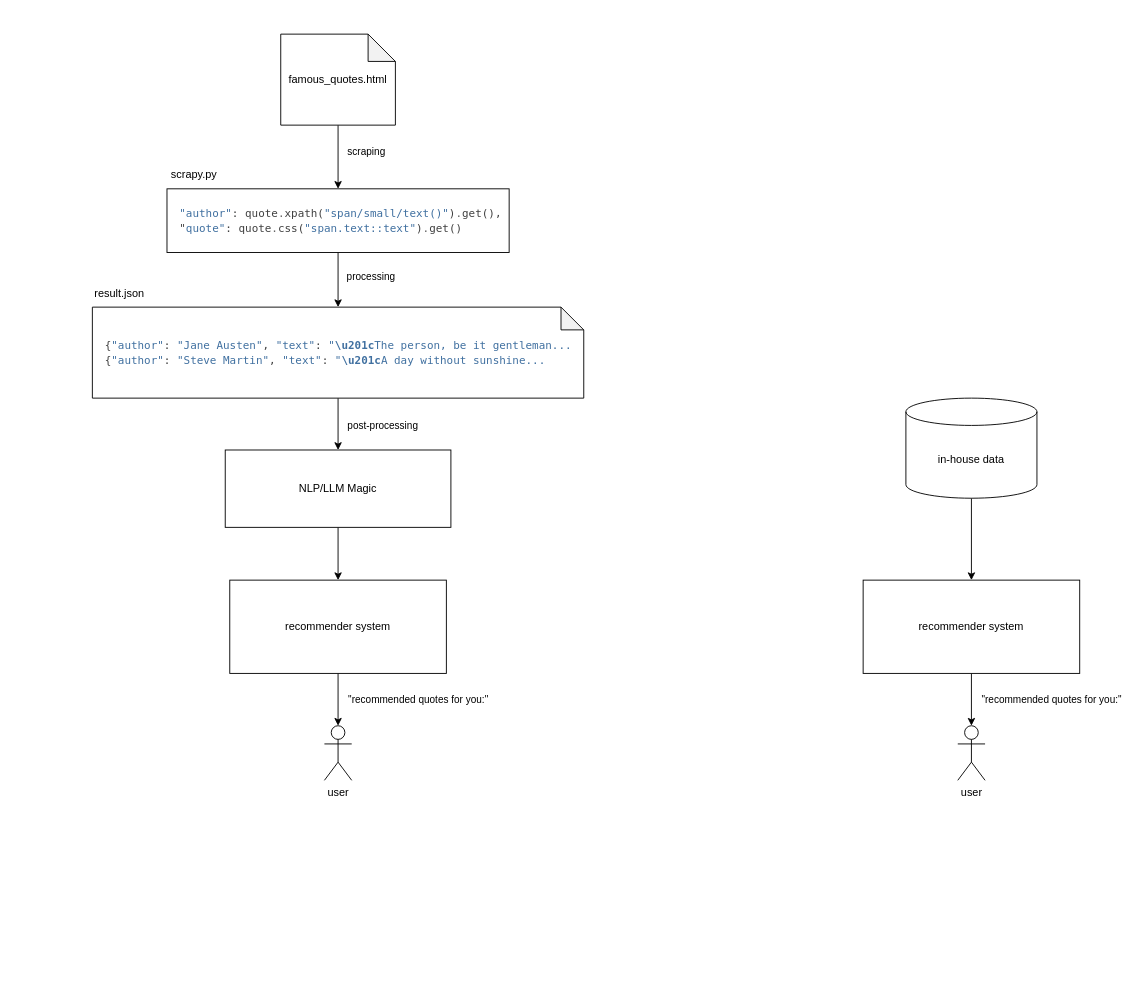
Before: scrapomender.drawio in tim-schaeren/scrapomender, a draw.io diagram. Source tidied: cells renumbered, new cells numbered last; positions are measured from the earlier drawing's top-left corner, leaving out a move shared by most shapes. Both pictures are drawn from the tidied source at 91%, with x=0, y=0 at pixel (92, 34).
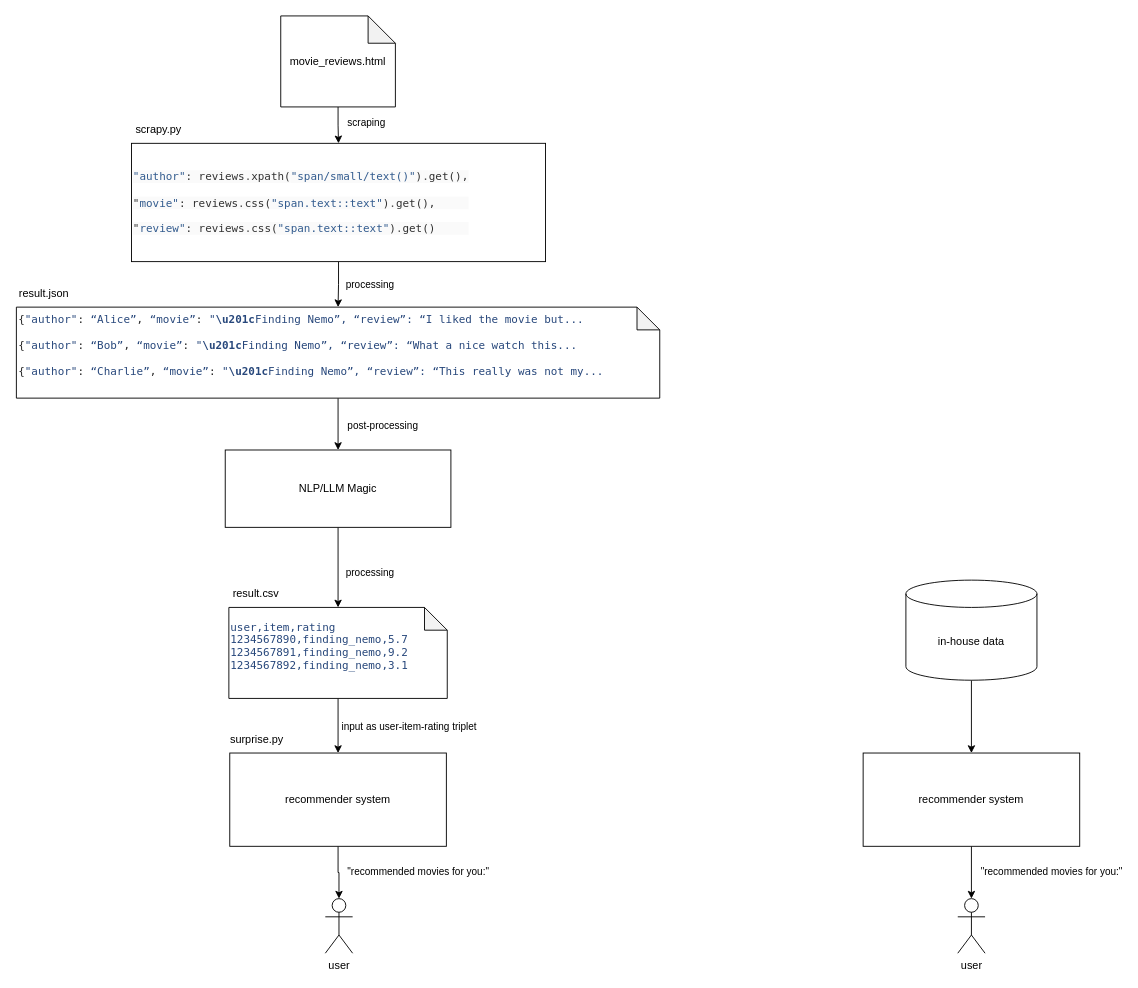
Above is the later version.

Unchanged cells that the change refers to:
```xml
<mxCell id="14" value="NLP/LLM Magic" style="whiteSpace=wrap;html=1;align=center;" parent="1" vertex="1">
  <mxGeometry x="146" y="457" width="248" height="85" as="geometry" />
</mxCell>
<mxCell id="15" style="edgeStyle=orthogonalEdgeStyle;rounded=0;jettySize=auto;html=1;" parent="1" edge="1" source="17" target="18">
  <mxGeometry relative="1" as="geometry" />
</mxCell>
<mxCell id="20" style="edgeStyle=orthogonalEdgeStyle;rounded=0;jettySize=auto;html=1;" parent="1" edge="1" source="22" target="23">
  <mxGeometry relative="1" as="geometry" />
</mxCell>
```

What changed in the source:
```diff
@@
-    <mxCell id="4" value="&lt;div&gt;famous_quotes.html&lt;/div&gt;" style="shape=note;whiteSpace=wrap;html=1;backgroundOutline=1;darkOpacity=0.05;" parent="1" vertex="1">
-      <mxGeometry x="207" width="126" height="100" as="geometry" />
+    <mxCell id="4" value="&lt;div&gt;movie_reviews.html&lt;/div&gt;" style="shape=note;whiteSpace=wrap;html=1;backgroundOutline=1;darkOpacity=0.05;" parent="1" vertex="1">
+      <mxGeometry x="207" y="-20" width="126" height="100" as="geometry" />
     </mxCell>
@@
-    <mxCell id="6" value="&lt;pre style=&quot;font-style: normal; font-variant-caps: normal; font-weight: 400; letter-spacing: normal; text-indent: 0px; text-transform: none; word-spacing: 0px; -webkit-text-stroke-width: 0px; text-decoration: none; box-sizing: border-box; line-height: 1.4; font-family: SFMono-Regular, Menlo, Monaco, Consolas, &amp;quot;Liberation Mono&amp;quot;, &amp;quot;Courier New&amp;quot;, Courier, monospace; font-size: 12px; white-space: pre; margin: 0px; padding: 12px; display: block; overflow: auto; caret-color: rgb(64, 64, 64); color: rgb(64, 64, 64);&quot;&gt;&lt;span class=&quot;s2&quot; style=&quot;box-sizing: border-box; color: rgb(64, 112, 160);&quot;&gt;&quot;author&quot;&lt;/span&gt;&lt;span class=&quot;p&quot; style=&quot;box-sizing: border-box;&quot;&gt;:&lt;/span&gt; &lt;span class=&quot;n&quot; style=&quot;box-sizing: border-box;&quot;&gt;quote&lt;/span&gt;&lt;span class=&quot;o&quot; style=&quot;box-sizing: border-box; color: rgb(102, 102, 102);&quot;&gt;.&lt;/span&gt;&lt;span class=&quot;n&quot; style=&quot;box-sizing: border-box;&quot;&gt;xpath&lt;/span&gt;&lt;span class=&quot;p&quot; style=&quot;box-sizing: border-box;&quot;&gt;(&lt;/span&gt;&lt;span class=&quot;s2&quot; style=&quot;box-sizing: border-box; color: rgb(64, 112, 160);&quot;&gt;&quot;span/small/text()&quot;&lt;/span&gt;&lt;span class=&quot;p&quot; style=&quot;box-sizing: border-box;&quot;&gt;)&lt;/span&gt;&lt;span class=&quot;o&quot; style=&quot;box-sizing: border-box; color: rgb(102, 102, 102);&quot;&gt;.&lt;/span&gt;&lt;span class=&quot;n&quot; style=&quot;box-sizing: border-box;&quot;&gt;get&lt;/span&gt;&lt;span class=&quot;p&quot; style=&quot;box-sizing: border-box;&quot;&gt;(),&lt;/span&gt;&lt;br&gt;&quot;&lt;span class=&quot;s2&quot; style=&quot;box-sizing: border-box; color: rgb(64, 112, 160);&quot;&gt;quote&quot;&lt;/span&gt;&lt;span class=&quot;p&quot; style=&quot;box-sizing: border-box;&quot;&gt;:&lt;/span&gt; &lt;span class=&quot;n&quot; style=&quot;box-sizing: border-box;&quot;&gt;quote&lt;/span&gt;&lt;span class=&quot;o&quot; style=&quot;box-sizing: border-box; color: rgb(102, 102, 102);&quot;&gt;.&lt;/span&gt;&lt;span class=&quot;n&quot; style=&quot;box-sizing: border-box;&quot;&gt;css&lt;/span&gt;&lt;span class=&quot;p&quot; style=&quot;box-sizing: border-box;&quot;&gt;(&lt;/span&gt;&lt;span class=&quot;s2&quot; style=&quot;box-sizing: border-box; color: rgb(64, 112, 160);&quot;&gt;&quot;span.text::text&quot;&lt;/span&gt;&lt;span class=&quot;p&quot; style=&quot;box-sizing: border-box;&quot;&gt;)&lt;/span&gt;&lt;span class=&quot;o&quot; style=&quot;box-sizing: border-box; color: rgb(102, 102, 102);&quot;&gt;.&lt;/span&gt;&lt;span class=&quot;n&quot; style=&quot;box-sizing: border-box;&quot;&gt;get&lt;/span&gt;&lt;span class=&quot;p&quot; style=&quot;box-sizing: border-box;&quot;&gt;()&lt;/span&gt;&lt;/pre&gt;" style="rounded=0;whiteSpace=wrap;html=1;align=left;labelBackgroundColor=none;" parent="1" vertex="1">
-      <mxGeometry x="82" y="170" width="376" height="70" as="geometry" />
+    <mxCell id="6" value="&lt;p style=&quot;margin: 0.0px 0.0px 0.0px 0.0px; font: 12.0px Menlo; color: #325b8e&quot;&gt;&lt;span style=&quot;font-kerning: none; background-color: #fafafa&quot;&gt;&quot;author&quot;&lt;/span&gt;&lt;span style=&quot;font-kerning: none; color: #313131; background-color: #fafafa&quot;&gt;: reviews&lt;/span&gt;&lt;span style=&quot;font-kerning: none; color: #535353; background-color: #fafafa&quot;&gt;.&lt;/span&gt;&lt;span style=&quot;font-kerning: none; color: #313131; background-color: #fafafa&quot;&gt;xpath(&lt;/span&gt;&lt;span style=&quot;font-kerning: none; background-color: #fafafa&quot;&gt;&quot;span/small/text()&quot;&lt;/span&gt;&lt;span style=&quot;font-kerning: none; color: #313131; background-color: #fafafa&quot;&gt;)&lt;/span&gt;&lt;span style=&quot;font-kerning: none; color: #535353; background-color: #fafafa&quot;&gt;.&lt;/span&gt;&lt;span style=&quot;font-kerning: none; color: #313131; background-color: #fafafa&quot;&gt;get(),&lt;/span&gt;&lt;/p&gt;&#10;&lt;p style=&quot;margin: 0.0px 0.0px 0.0px 0.0px; font: 12.0px Menlo; color: #325b8e; background-color: #fafafa&quot;&gt;&lt;span style=&quot;font-kerning: none; color: #313131&quot;&gt;&quot;&lt;/span&gt;&lt;span style=&quot;font-kerning: none&quot;&gt;movie&quot;&lt;/span&gt;&lt;span style=&quot;font-kerning: none; color: #313131&quot;&gt;: reviews&lt;/span&gt;&lt;span style=&quot;font-kerning: none; color: #535353&quot;&gt;.&lt;/span&gt;&lt;span style=&quot;font-kerning: none; color: #313131&quot;&gt;css(&lt;/span&gt;&lt;span style=&quot;font-kerning: none&quot;&gt;&quot;span.text::text&quot;&lt;/span&gt;&lt;span style=&quot;font-kerning: none; color: #313131&quot;&gt;)&lt;/span&gt;&lt;span style=&quot;font-kerning: none; color: #535353&quot;&gt;.&lt;/span&gt;&lt;span style=&quot;font-kerning: none; color: #313131&quot;&gt;get(),&lt;/span&gt;&lt;/p&gt;&#10;&lt;p style=&quot;margin: 0.0px 0.0px 0.0px 0.0px; font: 12.0px Menlo; color: #325b8e; background-color: #fafafa&quot;&gt;&lt;span style=&quot;font-kerning: none; color: #313131&quot;&gt;&quot;&lt;/span&gt;&lt;span style=&quot;font-kerning: none&quot;&gt;review&quot;&lt;/span&gt;&lt;span style=&quot;font-kerning: none; color: #313131&quot;&gt;: reviews&lt;/span&gt;&lt;span style=&quot;font-kerning: none; color: #535353&quot;&gt;.&lt;/span&gt;&lt;span style=&quot;font-kerning: none; color: #313131&quot;&gt;css(&lt;/span&gt;&lt;span style=&quot;font-kerning: none&quot;&gt;&quot;span.text::text&quot;&lt;/span&gt;&lt;span style=&quot;font-kerning: none; color: #313131&quot;&gt;)&lt;/span&gt;&lt;span style=&quot;font-kerning: none; color: #535353&quot;&gt;.&lt;/span&gt;&lt;span style=&quot;font-kerning: none; color: #313131&quot;&gt;get()&lt;/span&gt;&lt;/p&gt;" style="rounded=0;html=1;align=left;labelBackgroundColor=none;verticalAlign=middle;horizontal=1;spacing=2;" parent="1" vertex="1">
+      <mxGeometry x="43" y="120" width="455" height="130" as="geometry" />
     </mxCell>
     <mxCell id="7" value="scrapy.py" style="text;html=1;align=center;verticalAlign=middle;whiteSpace=wrap;rounded=0;" parent="1" vertex="1">
-      <mxGeometry x="82" y="140" width="60" height="30" as="geometry" />
+      <mxGeometry x="43" y="90" width="60" height="30" as="geometry" />
     </mxCell>
@@
-    <mxCell id="10" value="&lt;pre style=&quot;box-sizing: border-box; line-height: 1.4; font-family: SFMono-Regular, Menlo, Monaco, Consolas, &amp;quot;Liberation Mono&amp;quot;, &amp;quot;Courier New&amp;quot;, Courier, monospace; margin-top: 0px; margin-bottom: 0px; padding: 12px; overflow: auto; caret-color: rgb(64, 64, 64); color: rgb(64, 64, 64);&quot;&gt;&lt;span style=&quot;background-color: rgb(255, 255, 255);&quot;&gt;&lt;span style=&quot;box-sizing: border-box;&quot; class=&quot;p&quot;&gt;{&lt;/span&gt;&lt;span style=&quot;box-sizing: border-box; color: rgb(64, 112, 160);&quot; class=&quot;s2&quot;&gt;&quot;author&quot;&lt;/span&gt;&lt;span style=&quot;box-sizing: border-box;&quot; class=&quot;p&quot;&gt;:&lt;/span&gt; &lt;span style=&quot;box-sizing: border-box; color: rgb(64, 112, 160);&quot; class=&quot;s2&quot;&gt;&quot;Jane Austen&quot;&lt;/span&gt;&lt;span style=&quot;box-sizing: border-box;&quot; class=&quot;p&quot;&gt;,&lt;/span&gt; &lt;span style=&quot;box-sizing: border-box; color: rgb(64, 112, 160);&quot; class=&quot;s2&quot;&gt;&quot;text&quot;&lt;/span&gt;&lt;span style=&quot;box-sizing: border-box;&quot; class=&quot;p&quot;&gt;:&lt;/span&gt; &lt;span style=&quot;box-sizing: border-box; color: rgb(64, 112, 160);&quot; class=&quot;s2&quot;&gt;&quot;&lt;/span&gt;&lt;span style=&quot;box-sizing: border-box; color: rgb(64, 112, 160); font-weight: bold;&quot; class=&quot;se&quot;&gt;\u201c&lt;/span&gt;&lt;span style=&quot;box-sizing: border-box; color: rgb(64, 112, 160);&quot; class=&quot;s2&quot;&gt;The person, be it gentleman... &lt;/span&gt;&lt;br&gt;&lt;span style=&quot;box-sizing: border-box;&quot; class=&quot;p&quot;&gt;{&lt;/span&gt;&lt;span style=&quot;box-sizing: border-box; color: rgb(64, 112, 160);&quot; class=&quot;s2&quot;&gt;&quot;author&quot;&lt;/span&gt;&lt;span style=&quot;box-sizing: border-box;&quot; class=&quot;p&quot;&gt;:&lt;/span&gt; &lt;span style=&quot;box-sizing: border-box; color: rgb(64, 112, 160);&quot; class=&quot;s2&quot;&gt;&quot;Steve Martin&quot;&lt;/span&gt;&lt;span style=&quot;box-sizing: border-box;&quot; class=&quot;p&quot;&gt;,&lt;/span&gt; &lt;span style=&quot;box-sizing: border-box; color: rgb(64, 112, 160);&quot; class=&quot;s2&quot;&gt;&quot;text&quot;&lt;/span&gt;&lt;span style=&quot;box-sizing: border-box;&quot; class=&quot;p&quot;&gt;:&lt;/span&gt; &lt;span style=&quot;box-sizing: border-box; color: rgb(64, 112, 160);&quot; class=&quot;s2&quot;&gt;&quot;&lt;/span&gt;&lt;span style=&quot;box-sizing: border-box; color: rgb(64, 112, 160); font-weight: bold;&quot; class=&quot;se&quot;&gt;\u201c&lt;/span&gt;&lt;span style=&quot;box-sizing: border-box; color: rgb(64, 112, 160);&quot; class=&quot;s2&quot;&gt;A day without sunshine...&lt;/span&gt;&lt;/span&gt;&lt;/pre&gt;" style="shape=note;whiteSpace=wrap;html=1;backgroundOutline=1;darkOpacity=0.05;size=25;align=left;" parent="1" vertex="1">
-      <mxGeometry y="300" width="540" height="100" as="geometry" />
+    <mxCell id="10" value="&lt;p style=&quot;margin: 0.0px 0.0px 0.0px 0.0px; font: 12.0px Menlo; color: #27477b; background-color: #ffffff&quot;&gt;&lt;span style=&quot;font-kerning: none; color: #252525&quot;&gt;{&lt;/span&gt;&lt;span style=&quot;font-kerning: none&quot;&gt;&quot;author&quot;&lt;/span&gt;&lt;span style=&quot;font-kerning: none; color: #252525&quot;&gt;: &lt;/span&gt;&lt;span style=&quot;font-kerning: none&quot;&gt;“Alice”&lt;/span&gt;&lt;span style=&quot;font-kerning: none; color: #252525&quot;&gt;, &lt;/span&gt;&lt;span style=&quot;font-kerning: none&quot;&gt;“movie”&lt;/span&gt;&lt;span style=&quot;font-kerning: none; color: #252525&quot;&gt;: &lt;/span&gt;&lt;span style=&quot;font-kerning: none&quot;&gt;&quot;&lt;b&gt;\u201c&lt;/b&gt;Finding Nemo”, “review”: “I liked the movie but...&lt;/span&gt;&lt;/p&gt;&lt;br&gt;&lt;p style=&quot;margin: 0.0px 0.0px 0.0px 0.0px; font: 12.0px Menlo; color: #27477b&quot;&gt;&lt;span style=&quot;font-kerning: none; color: #252525; background-color: #ffffff&quot;&gt;{&lt;/span&gt;&lt;span style=&quot;font-kerning: none; background-color: #ffffff&quot;&gt;&quot;author&quot;&lt;/span&gt;&lt;span style=&quot;font-kerning: none; color: #252525; background-color: #ffffff&quot;&gt;: &lt;/span&gt;&lt;span style=&quot;font-kerning: none; background-color: #ffffff&quot;&gt;“Bob”&lt;/span&gt;&lt;span style=&quot;font-kerning: none; color: #252525; background-color: #ffffff&quot;&gt;, &lt;/span&gt;&lt;span style=&quot;font-kerning: none; background-color: #ffffff&quot;&gt;“movie”&lt;/span&gt;&lt;span style=&quot;font-kerning: none; color: #252525; background-color: #ffffff&quot;&gt;: &lt;/span&gt;&lt;span style=&quot;font-kerning: none; background-color: #ffffff&quot;&gt;&quot;&lt;b&gt;\u201c&lt;/b&gt;Finding Nemo”, “review”: “What a nice watch this...&lt;/span&gt;&lt;/p&gt;&lt;br&gt;&lt;p style=&quot;margin: 0.0px 0.0px 0.0px 0.0px; font: 12.0px Menlo; color: #27477b; background-color: #ffffff&quot;&gt;&lt;span style=&quot;font-kerning: none; color: #252525&quot;&gt;{&lt;/span&gt;&lt;span style=&quot;font-kerning: none&quot;&gt;&quot;author&quot;&lt;/span&gt;&lt;span style=&quot;font-kerning: none; color: #252525&quot;&gt;: &lt;/span&gt;&lt;span style=&quot;font-kerning: none&quot;&gt;“Charlie”&lt;/span&gt;&lt;span style=&quot;font-kerning: none; color: #252525&quot;&gt;, &lt;/span&gt;&lt;span style=&quot;font-kerning: none&quot;&gt;“movie”&lt;/span&gt;&lt;span style=&quot;font-kerning: none; color: #252525&quot;&gt;: &lt;/span&gt;&lt;span style=&quot;font-kerning: none&quot;&gt;&quot;&lt;b&gt;\u201c&lt;/b&gt;Finding Nemo”, “review”: “This really was not my...&lt;/span&gt;&lt;/p&gt;&lt;div&gt;&lt;br/&gt;&lt;/div&gt;" style="shape=note;whiteSpace=wrap;html=1;backgroundOutline=1;darkOpacity=0.05;size=25;align=left;verticalAlign=top;" parent="1" vertex="1">
+      <mxGeometry x="-83.5" y="300" width="707" height="100" as="geometry" />
     </mxCell>
     <mxCell id="11" value="processing" style="edgeLabel;html=1;align=center;verticalAlign=middle;" parent="1" vertex="1">
-      <mxGeometry x="300" y="270" as="geometry">
-        <mxPoint x="5" y="-4" as="offset" />
+      <mxGeometry x="300" y="280" as="geometry">
+        <mxPoint x="4" y="-5" as="offset" />
       </mxGeometry>
     </mxCell>
     <mxCell id="12" value="result.json" style="text;html=1;align=center;verticalAlign=middle;whiteSpace=wrap;rounded=0;" parent="1" vertex="1">
-      <mxGeometry y="270" width="60" height="30" as="geometry" />
+      <mxGeometry x="-83.5" y="270" width="60" height="30" as="geometry" />
     </mxCell>
-    <mxCell id="13" style="edgeStyle=orthogonalEdgeStyle;rounded=0;jettySize=auto;html=1;" parent="1" edge="1" source="14" target="17">
-      <mxGeometry relative="1" as="geometry" />
-    </mxCell>
+    <mxCell id="25" style="edgeStyle=orthogonalEdgeStyle;rounded=0;jettySize=auto;html=1;" parent="1" edge="1" source="14" target="28">
+      <mxGeometry relative="1" as="geometry" />
+    </mxCell>
@@
-    <mxCell id="16" value="&quot;recommended quotes for you:&quot;" style="edgeLabel;html=1;align=center;verticalAlign=middle;" parent="15" vertex="1">
+    <mxCell id="16" value="&quot;recommended movies for you:&quot;" style="edgeLabel;html=1;align=center;verticalAlign=middle;" parent="15" vertex="1">
       <mxGeometry x="-0.18" y="-1" relative="1" as="geometry">
         <mxPoint x="88" y="4" as="offset" />
       </mxGeometry>
     </mxCell>
     <mxCell id="17" value="recommender system" style="whiteSpace=wrap;html=1;" parent="1" vertex="1">
-      <mxGeometry x="151" y="600" width="238" height="102.5" as="geometry" />
+      <mxGeometry x="151" y="790" width="238" height="102.5" as="geometry" />
     </mxCell>
     <mxCell id="18" value="user" style="shape=umlActor;verticalLabelPosition=bottom;verticalAlign=top;html=1;outlineConnect=0;" parent="1" vertex="1">
-      <mxGeometry x="255" y="760" width="30" height="60" as="geometry" />
+      <mxGeometry x="256" y="950" width="30" height="60" as="geometry" />
     </mxCell>
-    <mxCell id="19" style="edgeStyle=orthogonalEdgeStyle;rounded=0;jettySize=auto;html=1;exitX=0.5;exitY=1;exitDx=0;exitDy=0;exitPerimeter=0;entryX=0.5;entryY=0;entryDx=0;entryDy=0;" parent="1" edge="1" source="24" target="22">
-      <mxGeometry relative="1" as="geometry" />
-    </mxCell>
@@
-    <mxCell id="21" value="&quot;recommended quotes for you:&quot;" style="edgeLabel;html=1;align=center;verticalAlign=middle;" parent="20" vertex="1">
+    <mxCell id="21" value="&quot;recommended movies for you:&quot;" style="edgeLabel;html=1;align=center;verticalAlign=middle;" parent="20" vertex="1">
       <mxGeometry x="-0.18" y="-1" relative="1" as="geometry">
         <mxPoint x="88" y="4" as="offset" />
       </mxGeometry>
     </mxCell>
     <mxCell id="22" value="recommender system" style="whiteSpace=wrap;html=1;" parent="1" vertex="1">
-      <mxGeometry x="847" y="600" width="238" height="102.5" as="geometry" />
+      <mxGeometry x="847" y="790" width="238" height="102.5" as="geometry" />
     </mxCell>
     <mxCell id="23" value="user" style="shape=umlActor;verticalLabelPosition=bottom;verticalAlign=top;html=1;outlineConnect=0;" parent="1" vertex="1">
-      <mxGeometry x="951" y="760" width="30" height="60" as="geometry" />
+      <mxGeometry x="951" y="950" width="30" height="60" as="geometry" />
     </mxCell>
+    <mxCell id="19" style="edgeStyle=orthogonalEdgeStyle;rounded=0;jettySize=auto;html=1;" parent="1" edge="1" source="24" target="22">
+      <mxGeometry relative="1" as="geometry" />
+    </mxCell>
     <mxCell id="24" value="in-house data" style="shape=cylinder3;whiteSpace=wrap;html=1;boundedLbl=1;backgroundOutline=1;size=15;" parent="1" vertex="1">
-      <mxGeometry x="894" y="400" width="144" height="110" as="geometry" />
+      <mxGeometry x="894" y="600" width="144" height="110" as="geometry" />
     </mxCell>
+    <mxCell id="26" style="edgeStyle=orthogonalEdgeStyle;rounded=0;jettySize=auto;html=1;" parent="1" edge="1" source="28" target="17">
+      <mxGeometry relative="1" as="geometry" />
+    </mxCell>
+    <mxCell id="27" value="input as user-item-rating triplet" style="edgeLabel;html=1;align=center;verticalAlign=middle;" parent="26" vertex="1">
+      <mxGeometry x="-0.06" y="-2" relative="1" as="geometry">
+        <mxPoint x="79" y="2" as="offset" />
+      </mxGeometry>
+    </mxCell>
+    <mxCell id="28" value="&lt;p style=&quot;margin: 0px; font-stretch: normal; line-height: normal; font-family: Menlo; color: rgb(39, 71, 123); background-color: rgb(255, 255, 255);&quot;&gt;user,item,rating&lt;/p&gt;&lt;p style=&quot;margin: 0px; font-stretch: normal; line-height: normal; font-family: Menlo; color: rgb(39, 71, 123); background-color: rgb(255, 255, 255);&quot;&gt;1234567890,finding_nemo,5.7&lt;/p&gt;&lt;p style=&quot;margin: 0px; font-stretch: normal; line-height: normal; font-family: Menlo; color: rgb(39, 71, 123); background-color: rgb(255, 255, 255);&quot;&gt;1234567891,finding_nemo,9.2&lt;/p&gt;&lt;p style=&quot;margin: 0px; font-stretch: normal; line-height: normal; font-family: Menlo; color: rgb(39, 71, 123); background-color: rgb(255, 255, 255);&quot;&gt;1234567892,finding_nemo,3.1&lt;/p&gt;&lt;div&gt;&lt;br&gt;&lt;/div&gt;" style="shape=note;whiteSpace=wrap;html=1;backgroundOutline=1;darkOpacity=0.05;size=25;align=left;verticalAlign=middle;" parent="1" vertex="1">
+      <mxGeometry x="150" y="630" width="240" height="100" as="geometry" />
+    </mxCell>
+    <mxCell id="29" value="processing" style="edgeLabel;html=1;align=center;verticalAlign=middle;" parent="1" vertex="1">
+      <mxGeometry x="300" y="596.2" as="geometry">
+        <mxPoint x="4" y="-5" as="offset" />
+      </mxGeometry>
+    </mxCell>
+    <mxCell id="30" value="result.csv" style="text;html=1;align=center;verticalAlign=middle;whiteSpace=wrap;rounded=0;" parent="1" vertex="1">
+      <mxGeometry x="150" y="600" width="60" height="30" as="geometry" />
+    </mxCell>
+    <mxCell id="31" value="surprise.py" style="text;html=1;align=center;verticalAlign=middle;whiteSpace=wrap;rounded=0;" parent="1" vertex="1">
+      <mxGeometry x="151" y="760" width="60" height="30" as="geometry" />
+    </mxCell>
```
